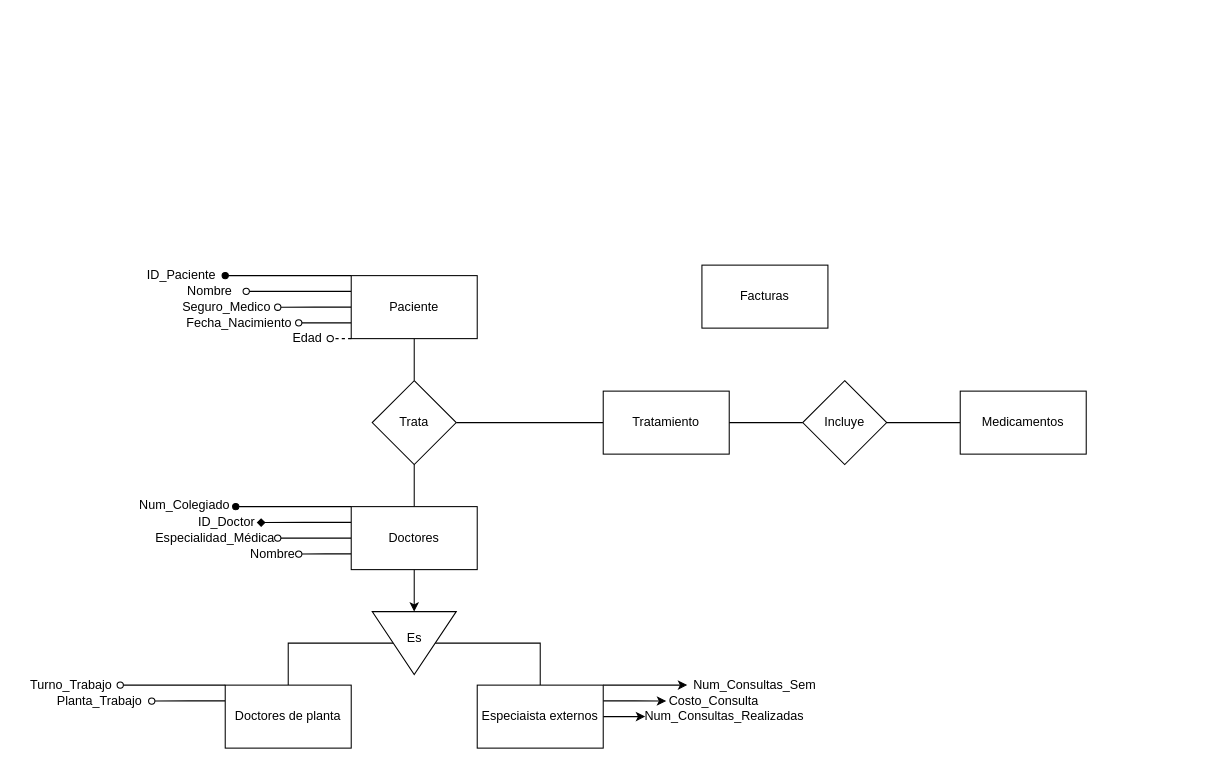
The draw.io diagram Base Datos/PT0.drawio in Gotrufo-Eloy/Proyectos, before the edit. Source tidied: cells renumbered, new cells numbered last; positions are measured from the earlier drawing's top-left corner, leaving out a move shared by most shapes. Both pictures are drawn from the tidied source at 105%, with x=0, y=0 at pixel (18, 259).
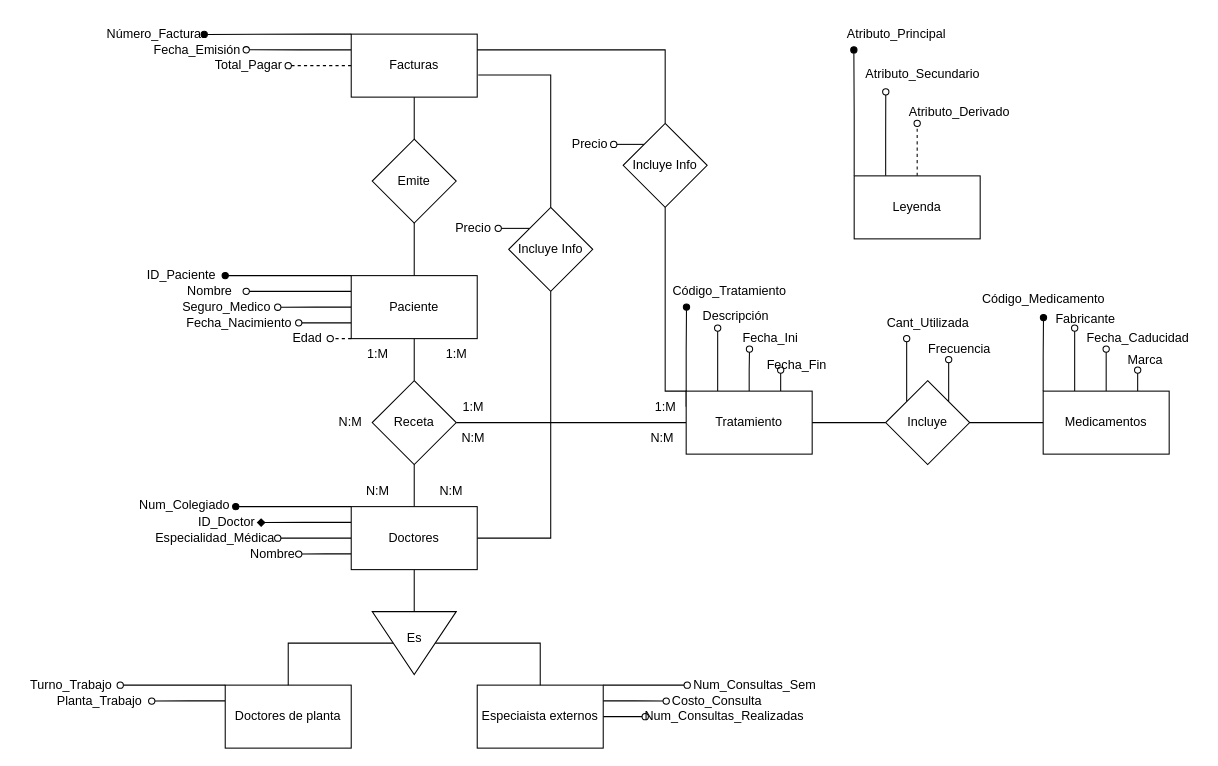
The same diagram, later.

Unchanged cells that the change refers to:
```xml
<mxCell id="8" value="Paciente" style="rounded=0;whiteSpace=wrap;html=1;" parent="1" vertex="1">
  <mxGeometry x="317" y="15" width="120" height="60" as="geometry" />
</mxCell>
<mxCell id="15" value="Doctores" style="rounded=0;whiteSpace=wrap;html=1;" parent="1" vertex="1">
  <mxGeometry x="317" y="235" width="120" height="60" as="geometry" />
</mxCell>
<mxCell id="22" value="Especiaista externos" style="rounded=0;whiteSpace=wrap;html=1;" parent="1" vertex="1">
  <mxGeometry x="437" y="405" width="120" height="60" as="geometry" />
</mxCell>
<mxCell id="31" style="triangle;whiteSpace=wrap;html=1;rotation=90;" parent="1" vertex="1">
  <mxGeometry x="347" y="325" width="60" height="80" as="geometry" />
</mxCell>
```

Change to the diagram source:
```diff
@@
-    <mxCell id="10" style="edgeStyle=orthogonalEdgeStyle;rounded=0;jettySize=auto;html=1;" parent="1" edge="1" source="15" target="31">
+    <mxCell id="10" style="edgeStyle=orthogonalEdgeStyle;rounded=0;jettySize=auto;html=1;endArrow=none;endFill=0;" parent="1" edge="1" source="15" target="31">
       <mxGeometry relative="1" as="geometry" />
     </mxCell>
@@
+    <mxCell id="49" style="edgeStyle=orthogonalEdgeStyle;rounded=0;jettySize=auto;html=1;endArrow=none;endFill=0;" parent="1" edge="1" source="15" target="81">
+      <mxGeometry relative="1" as="geometry" />
+    </mxCell>
@@
-    <mxCell id="19" style="edgeStyle=orthogonalEdgeStyle;rounded=0;jettySize=auto;html=1;exitX=1;exitY=0;exitDx=0;exitDy=0;" parent="1" edge="1" source="22">
+    <mxCell id="19" style="edgeStyle=orthogonalEdgeStyle;rounded=0;jettySize=auto;html=1;exitX=1;exitY=0;exitDx=0;exitDy=0;endArrow=oval;endFill=0;" parent="1" edge="1" source="22">
       <mxGeometry relative="1" as="geometry">
         <mxPoint x="637" y="405" as="targetPoint" />
         <Array as="points">
           <mxPoint x="607" y="405" />
           <mxPoint x="607" y="405" />
         </Array>
       </mxGeometry>
     </mxCell>
-    <mxCell id="20" style="edgeStyle=orthogonalEdgeStyle;rounded=0;jettySize=auto;html=1;exitX=1;exitY=0.25;exitDx=0;exitDy=0;" parent="1" edge="1" source="22">
+    <mxCell id="20" style="edgeStyle=orthogonalEdgeStyle;rounded=0;jettySize=auto;html=1;exitX=1;exitY=0.25;exitDx=0;exitDy=0;endArrow=oval;endFill=0;" parent="1" edge="1" source="22">
       <mxGeometry relative="1" as="geometry">
         <mxPoint x="617" y="420.2" as="targetPoint" />
       </mxGeometry>
     </mxCell>
-    <mxCell id="21" style="edgeStyle=orthogonalEdgeStyle;rounded=0;jettySize=auto;html=1;exitX=1;exitY=0.5;exitDx=0;exitDy=0;" parent="1" edge="1" source="22">
+    <mxCell id="21" style="edgeStyle=orthogonalEdgeStyle;rounded=0;jettySize=auto;html=1;exitX=1;exitY=0.5;exitDx=0;exitDy=0;endArrow=oval;endFill=0;" parent="1" edge="1" source="22">
       <mxGeometry relative="1" as="geometry">
         <mxPoint x="597" y="435" as="targetPoint" />
       </mxGeometry>
     </mxCell>
@@
+    <mxCell id="50" style="edgeStyle=orthogonalEdgeStyle;rounded=0;jettySize=auto;html=1;exitX=0;exitY=0;exitDx=0;exitDy=0;endArrow=oval;endFill=1;" parent="1" edge="1" source="24">
+      <mxGeometry relative="1" as="geometry">
+        <mxPoint x="636.3" y="45" as="targetPoint" />
+      </mxGeometry>
+    </mxCell>
+    <mxCell id="51" style="edgeStyle=orthogonalEdgeStyle;rounded=0;jettySize=auto;html=1;exitX=0.25;exitY=0;exitDx=0;exitDy=0;endArrow=oval;endFill=0;" parent="1" edge="1" source="24">
+      <mxGeometry relative="1" as="geometry">
+        <mxPoint x="666" y="65" as="targetPoint" />
+      </mxGeometry>
+    </mxCell>
+    <mxCell id="52" style="edgeStyle=orthogonalEdgeStyle;rounded=0;jettySize=auto;html=1;exitX=0.5;exitY=0;exitDx=0;exitDy=0;endArrow=oval;endFill=0;" parent="1" edge="1" source="24">
+      <mxGeometry relative="1" as="geometry">
+        <mxPoint x="696.3" y="85" as="targetPoint" />
+      </mxGeometry>
+    </mxCell>
+    <mxCell id="53" style="edgeStyle=orthogonalEdgeStyle;rounded=0;jettySize=auto;html=1;exitX=0.75;exitY=0;exitDx=0;exitDy=0;endArrow=oval;endFill=0;" parent="1" edge="1" source="24">
+      <mxGeometry relative="1" as="geometry">
+        <mxPoint x="726" y="105" as="targetPoint" />
+      </mxGeometry>
+    </mxCell>
+    <mxCell id="54" style="edgeStyle=orthogonalEdgeStyle;rounded=0;jettySize=auto;html=1;exitX=0;exitY=0.25;exitDx=0;exitDy=0;entryX=0.5;entryY=1;entryDx=0;entryDy=0;endArrow=none;endFill=0;" parent="1" edge="1" source="24" target="79">
+      <mxGeometry relative="1" as="geometry">
+        <Array as="points">
+          <mxPoint x="636" y="125" />
+          <mxPoint x="616" y="125" />
+        </Array>
+      </mxGeometry>
+    </mxCell>
     <mxCell id="24" value="Tratamiento" style="rounded=0;whiteSpace=wrap;html=1;" parent="1" vertex="1">
-      <mxGeometry x="557" y="125" width="120" height="60" as="geometry" />
+      <mxGeometry x="636" y="125" width="120" height="60" as="geometry" />
     </mxCell>
@@
+    <mxCell id="55" style="edgeStyle=orthogonalEdgeStyle;rounded=0;jettySize=auto;html=1;exitX=0;exitY=0;exitDx=0;exitDy=0;endArrow=oval;endFill=1;" parent="1" edge="1" source="26">
+      <mxGeometry relative="1" as="geometry">
+        <mxPoint x="976.3" y="55" as="targetPoint" />
+      </mxGeometry>
+    </mxCell>
+    <mxCell id="56" style="edgeStyle=orthogonalEdgeStyle;rounded=0;jettySize=auto;html=1;exitX=0.25;exitY=0;exitDx=0;exitDy=0;endArrow=oval;endFill=0;" parent="1" edge="1" source="26">
+      <mxGeometry relative="1" as="geometry">
+        <mxPoint x="1006" y="65" as="targetPoint" />
+      </mxGeometry>
+    </mxCell>
+    <mxCell id="57" style="edgeStyle=orthogonalEdgeStyle;rounded=0;jettySize=auto;html=1;exitX=0.5;exitY=0;exitDx=0;exitDy=0;endArrow=oval;endFill=0;" parent="1" edge="1" source="26">
+      <mxGeometry relative="1" as="geometry">
+        <mxPoint x="1036" y="85" as="targetPoint" />
+        <Array as="points">
+          <mxPoint x="1036" y="85" />
+        </Array>
+      </mxGeometry>
+    </mxCell>
+    <mxCell id="58" style="edgeStyle=orthogonalEdgeStyle;rounded=0;jettySize=auto;html=1;exitX=0.75;exitY=0;exitDx=0;exitDy=0;endArrow=oval;endFill=0;" parent="1" edge="1" source="26">
+      <mxGeometry relative="1" as="geometry">
+        <mxPoint x="1066" y="105" as="targetPoint" />
+      </mxGeometry>
+    </mxCell>
     <mxCell id="26" value="Medicamentos" style="rounded=0;whiteSpace=wrap;html=1;" parent="1" vertex="1">
-      <mxGeometry x="897" y="125" width="120" height="60" as="geometry" />
+      <mxGeometry x="976" y="125" width="120" height="60" as="geometry" />
     </mxCell>
+    <mxCell id="59" style="edgeStyle=orthogonalEdgeStyle;rounded=0;jettySize=auto;html=1;endArrow=none;endFill=0;" parent="1" edge="1" source="27" target="76">
+      <mxGeometry relative="1" as="geometry" />
+    </mxCell>
+    <mxCell id="60" style="edgeStyle=orthogonalEdgeStyle;rounded=0;jettySize=auto;html=1;exitX=0;exitY=0;exitDx=0;exitDy=0;endArrow=oval;endFill=1;" parent="1" edge="1" source="27">
+      <mxGeometry relative="1" as="geometry">
+        <mxPoint x="177" y="-214.7" as="targetPoint" />
+        <Array as="points">
+          <mxPoint x="287" y="-215" />
+          <mxPoint x="287" y="-215" />
+        </Array>
+      </mxGeometry>
+    </mxCell>
+    <mxCell id="61" style="edgeStyle=orthogonalEdgeStyle;rounded=0;jettySize=auto;html=1;exitX=0;exitY=0.25;exitDx=0;exitDy=0;endArrow=oval;endFill=0;" parent="1" edge="1" source="27">
+      <mxGeometry relative="1" as="geometry">
+        <mxPoint x="217" y="-200.1" as="targetPoint" />
+      </mxGeometry>
+    </mxCell>
+    <mxCell id="62" style="edgeStyle=orthogonalEdgeStyle;rounded=0;jettySize=auto;html=1;exitX=0;exitY=0.5;exitDx=0;exitDy=0;endArrow=oval;endFill=0;dashed=1;" parent="1" edge="1" source="27">
+      <mxGeometry relative="1" as="geometry">
+        <mxPoint x="257" y="-185" as="targetPoint" />
+      </mxGeometry>
+    </mxCell>
     <mxCell id="27" value="Facturas" style="rounded=0;whiteSpace=wrap;html=1;" parent="1" vertex="1">
-      <mxGeometry x="651" y="5" width="120" height="60" as="geometry" />
+      <mxGeometry x="317" y="-215" width="120" height="60" as="geometry" />
     </mxCell>
-    <mxCell id="28" value="Trata" style="rhombus;whiteSpace=wrap;html=1;rounded=0;" parent="1" vertex="1">
+    <mxCell id="28" value="Receta" style="rhombus;whiteSpace=wrap;html=1;rounded=0;" parent="1" vertex="1">
       <mxGeometry x="337" y="115" width="80" height="80" as="geometry" />
     </mxCell>
@@
+    <mxCell id="63" style="edgeStyle=orthogonalEdgeStyle;rounded=0;jettySize=auto;html=1;exitX=0;exitY=0;exitDx=0;exitDy=0;endArrow=oval;endFill=0;" parent="1" edge="1" source="33">
+      <mxGeometry relative="1" as="geometry">
+        <mxPoint x="846" y="75" as="targetPoint" />
+      </mxGeometry>
+    </mxCell>
+    <mxCell id="64" style="edgeStyle=orthogonalEdgeStyle;rounded=0;jettySize=auto;html=1;exitX=1;exitY=0;exitDx=0;exitDy=0;endArrow=oval;endFill=0;" parent="1" edge="1" source="33">
+      <mxGeometry relative="1" as="geometry">
+        <mxPoint x="886" y="95" as="targetPoint" />
+      </mxGeometry>
+    </mxCell>
     <mxCell id="33" value="Incluye" style="rhombus;whiteSpace=wrap;html=1;rounded=0;" parent="1" vertex="1">
-      <mxGeometry x="747" y="115" width="80" height="80" as="geometry" />
+      <mxGeometry x="826" y="115" width="80" height="80" as="geometry" />
     </mxCell>
@@
     <mxCell id="47" value="Costo_Consulta" style="text;html=1;align=center;verticalAlign=middle;strokeColor=none;fillColor=none;" parent="1" vertex="1">
-      <mxGeometry x="607" y="405" width="110" height="30" as="geometry" />
+      <mxGeometry x="610" y="405" width="110" height="30" as="geometry" />
     </mxCell>
@@
+    <mxCell id="65" value="Código_Tratamiento" style="text;html=1;align=center;verticalAlign=middle;strokeColor=none;fillColor=none;" parent="1" vertex="1">
+      <mxGeometry x="612" y="15" width="130" height="30" as="geometry" />
+    </mxCell>
+    <mxCell id="66" value="Descripción" style="text;html=1;align=center;verticalAlign=middle;strokeColor=none;fillColor=none;" parent="1" vertex="1">
+      <mxGeometry x="638" y="39" width="90" height="30" as="geometry" />
+    </mxCell>
+    <mxCell id="67" value="Fecha_Ini" style="text;html=1;align=center;verticalAlign=middle;strokeColor=none;fillColor=none;" parent="1" vertex="1">
+      <mxGeometry x="676" y="60" width="80" height="30" as="geometry" />
+    </mxCell>
+    <mxCell id="68" value="Fecha_Fin" style="text;html=1;align=center;verticalAlign=middle;strokeColor=none;fillColor=none;" parent="1" vertex="1">
+      <mxGeometry x="701" y="85" width="80" height="30" as="geometry" />
+    </mxCell>
+    <mxCell id="69" value="Cant_Utilizada" style="text;html=1;align=center;verticalAlign=middle;strokeColor=none;fillColor=none;" parent="1" vertex="1">
+      <mxGeometry x="816" y="45" width="100" height="30" as="geometry" />
+    </mxCell>
+    <mxCell id="70" value="Frecuencia" style="text;html=1;align=center;verticalAlign=middle;strokeColor=none;fillColor=none;" parent="1" vertex="1">
+      <mxGeometry x="856" y="70" width="80" height="30" as="geometry" />
+    </mxCell>
+    <mxCell id="71" value="Código_Medicamento" style="text;html=1;align=center;verticalAlign=middle;strokeColor=none;fillColor=none;" parent="1" vertex="1">
+      <mxGeometry x="906" y="23" width="140" height="30" as="geometry" />
+    </mxCell>
+    <mxCell id="72" value="Fabricante" style="text;html=1;align=center;verticalAlign=middle;strokeColor=none;fillColor=none;" parent="1" vertex="1">
+      <mxGeometry x="976" y="42" width="80" height="30" as="geometry" />
+    </mxCell>
+    <mxCell id="73" value="Fecha_Caducidad" style="text;html=1;align=center;verticalAlign=middle;strokeColor=none;fillColor=none;" parent="1" vertex="1">
+      <mxGeometry x="1006" y="60" width="120" height="30" as="geometry" />
+    </mxCell>
+    <mxCell id="74" value="Marca" style="text;html=1;align=center;verticalAlign=middle;strokeColor=none;fillColor=none;" parent="1" vertex="1">
+      <mxGeometry x="1043" y="81" width="60" height="30" as="geometry" />
+    </mxCell>
+    <mxCell id="75" style="edgeStyle=orthogonalEdgeStyle;rounded=0;jettySize=auto;html=1;endArrow=none;endFill=0;" parent="1" edge="1" source="76" target="8">
+      <mxGeometry relative="1" as="geometry" />
+    </mxCell>
+    <mxCell id="76" value="Emite" style="rhombus;whiteSpace=wrap;html=1;rounded=0;" parent="1" vertex="1">
+      <mxGeometry x="337" y="-115" width="80" height="80" as="geometry" />
+    </mxCell>
+    <mxCell id="77" style="edgeStyle=orthogonalEdgeStyle;rounded=0;jettySize=auto;html=1;exitX=0.5;exitY=0;exitDx=0;exitDy=0;entryX=1;entryY=0.25;entryDx=0;entryDy=0;endArrow=none;endFill=0;" parent="1" edge="1" source="79" target="27">
+      <mxGeometry relative="1" as="geometry" />
+    </mxCell>
+    <mxCell id="78" style="edgeStyle=orthogonalEdgeStyle;rounded=0;jettySize=auto;html=1;exitX=0;exitY=0;exitDx=0;exitDy=0;endArrow=oval;endFill=0;" parent="1" edge="1" source="79">
+      <mxGeometry relative="1" as="geometry">
+        <mxPoint x="567" y="-110" as="targetPoint" />
+      </mxGeometry>
+    </mxCell>
+    <mxCell id="79" value="Incluye Info" style="rhombus;whiteSpace=wrap;html=1;" parent="1" vertex="1">
+      <mxGeometry x="576" y="-130" width="80" height="80" as="geometry" />
+    </mxCell>
+    <mxCell id="80" style="edgeStyle=orthogonalEdgeStyle;rounded=0;jettySize=auto;html=1;exitX=0;exitY=0;exitDx=0;exitDy=0;endArrow=oval;endFill=0;" parent="1" edge="1" source="81">
+      <mxGeometry relative="1" as="geometry">
+        <mxPoint x="457" y="-29.9" as="targetPoint" />
+      </mxGeometry>
+    </mxCell>
+    <mxCell id="81" value="Incluye Info" style="rhombus;whiteSpace=wrap;html=1;rounded=0;" parent="1" vertex="1">
+      <mxGeometry x="467" y="-50" width="80" height="80" as="geometry" />
+    </mxCell>
+    <mxCell id="82" style="edgeStyle=orthogonalEdgeStyle;rounded=0;jettySize=auto;html=1;exitX=0.5;exitY=0;exitDx=0;exitDy=0;entryX=1.008;entryY=0.649;entryDx=0;entryDy=0;entryPerimeter=0;endArrow=none;endFill=0;" parent="1" edge="1" source="81" target="27">
+      <mxGeometry relative="1" as="geometry" />
+    </mxCell>
+    <mxCell id="83" value="Número_Factura" style="text;html=1;align=center;verticalAlign=middle;strokeColor=none;fillColor=none;" parent="1" vertex="1">
+      <mxGeometry x="74" y="-230" width="110" height="30" as="geometry" />
+    </mxCell>
+    <mxCell id="84" value="Fecha_Emisión" style="text;html=1;align=center;verticalAlign=middle;strokeColor=none;fillColor=none;" parent="1" vertex="1">
+      <mxGeometry x="115" y="-215" width="110" height="30" as="geometry" />
+    </mxCell>
+    <mxCell id="85" value="Total_Pagar" style="text;html=1;align=center;verticalAlign=middle;strokeColor=none;fillColor=none;" parent="1" vertex="1">
+      <mxGeometry x="174" y="-200" width="90" height="30" as="geometry" />
+    </mxCell>
+    <mxCell id="86" value="Precio" style="text;html=1;align=center;verticalAlign=middle;strokeColor=none;fillColor=none;" parent="1" vertex="1">
+      <mxGeometry x="403" y="-45" width="60" height="30" as="geometry" />
+    </mxCell>
+    <mxCell id="87" value="Precio" style="text;html=1;align=center;verticalAlign=middle;strokeColor=none;fillColor=none;" parent="1" vertex="1">
+      <mxGeometry x="514" y="-125" width="60" height="30" as="geometry" />
+    </mxCell>
+    <mxCell id="88" style="edgeStyle=orthogonalEdgeStyle;rounded=0;jettySize=auto;html=1;exitX=0;exitY=0;exitDx=0;exitDy=0;endArrow=oval;endFill=1;" parent="1" edge="1" source="91">
+      <mxGeometry relative="1" as="geometry">
+        <mxPoint x="795.7" y="-200" as="targetPoint" />
+      </mxGeometry>
+    </mxCell>
+    <mxCell id="89" style="edgeStyle=orthogonalEdgeStyle;rounded=0;jettySize=auto;html=1;exitX=0.25;exitY=0;exitDx=0;exitDy=0;endArrow=oval;endFill=0;" parent="1" edge="1" source="91">
+      <mxGeometry relative="1" as="geometry">
+        <mxPoint x="826.1" y="-160" as="targetPoint" />
+      </mxGeometry>
+    </mxCell>
+    <mxCell id="90" style="edgeStyle=orthogonalEdgeStyle;rounded=0;jettySize=auto;html=1;exitX=0.5;exitY=0;exitDx=0;exitDy=0;endArrow=oval;endFill=0;dashed=1;" parent="1" edge="1" source="91">
+      <mxGeometry relative="1" as="geometry">
+        <mxPoint x="856" y="-130" as="targetPoint" />
+      </mxGeometry>
+    </mxCell>
+    <mxCell id="91" value="Leyenda" style="rounded=0;whiteSpace=wrap;html=1;" parent="1" vertex="1">
+      <mxGeometry x="796" y="-80" width="120" height="60" as="geometry" />
+    </mxCell>
+    <mxCell id="92" value="Atributo_Principal" style="text;html=1;align=center;verticalAlign=middle;strokeColor=none;fillColor=none;" parent="1" vertex="1">
+      <mxGeometry x="776" y="-230" width="120" height="30" as="geometry" />
+    </mxCell>
+    <mxCell id="93" value="Atributo_Secundario" style="text;html=1;align=center;verticalAlign=middle;strokeColor=none;fillColor=none;" parent="1" vertex="1">
+      <mxGeometry x="796" y="-192" width="130" height="30" as="geometry" />
+    </mxCell>
+    <mxCell id="94" value="Atributo_Derivado" style="text;html=1;align=center;verticalAlign=middle;strokeColor=none;fillColor=none;" parent="1" vertex="1">
+      <mxGeometry x="836" y="-156" width="120" height="30" as="geometry" />
+    </mxCell>
+    <mxCell id="95" value="N:M" style="text;html=1;align=center;verticalAlign=middle;strokeColor=none;fillColor=none;" parent="1" vertex="1">
+      <mxGeometry x="291" y="140" width="50" height="30" as="geometry" />
+    </mxCell>
+    <mxCell id="96" value="N:M" style="text;html=1;align=center;verticalAlign=middle;strokeColor=none;fillColor=none;" parent="1" vertex="1">
+      <mxGeometry x="408" y="155" width="50" height="30" as="geometry" />
+    </mxCell>
+    <mxCell id="97" value="N:M" style="text;html=1;align=center;verticalAlign=middle;strokeColor=none;fillColor=none;" parent="1" vertex="1">
+      <mxGeometry x="317" y="205" width="50" height="30" as="geometry" />
+    </mxCell>
+    <mxCell id="98" value="N:M" style="text;html=1;align=center;verticalAlign=middle;strokeColor=none;fillColor=none;" parent="1" vertex="1">
+      <mxGeometry x="387" y="205" width="50" height="30" as="geometry" />
+    </mxCell>
+    <mxCell id="99" value="N:M" style="text;html=1;align=center;verticalAlign=middle;strokeColor=none;fillColor=none;" parent="1" vertex="1">
+      <mxGeometry x="588" y="155" width="50" height="30" as="geometry" />
+    </mxCell>
+    <mxCell id="100" value="1:M" style="text;html=1;align=center;verticalAlign=middle;strokeColor=none;fillColor=none;" parent="1" vertex="1">
+      <mxGeometry x="322" y="75" width="40" height="30" as="geometry" />
+    </mxCell>
+    <mxCell id="101" value="1:M" style="text;html=1;align=center;verticalAlign=middle;strokeColor=none;fillColor=none;" parent="1" vertex="1">
+      <mxGeometry x="397" y="75" width="40" height="30" as="geometry" />
+    </mxCell>
+    <mxCell id="102" value="1:M" style="text;html=1;align=center;verticalAlign=middle;strokeColor=none;fillColor=none;" parent="1" vertex="1">
+      <mxGeometry x="596" y="125" width="40" height="30" as="geometry" />
+    </mxCell>
+    <mxCell id="103" value="1:M" style="text;html=1;align=center;verticalAlign=middle;strokeColor=none;fillColor=none;" parent="1" vertex="1">
+      <mxGeometry x="413" y="125" width="40" height="30" as="geometry" />
+    </mxCell>
```
